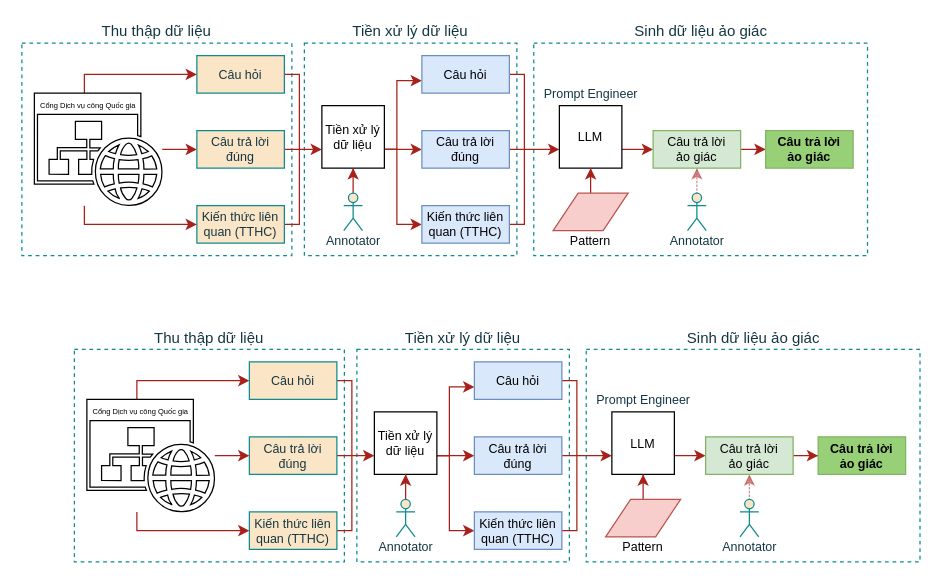
This is page "Slide-generate" (3 of 9) of E_Analyze/Process_reduce.drawio from fabyanbui/Public-Sector-Application, a draw.io file, before an edit. Source tidied: cells renumbered, new cells numbered last; positions are measured from the earlier drawing's top-left corner, leaving out a move shared by most shapes. Both pictures are drawn from the tidied source at 125%, with x=0, y=0 at pixel (21, 42).
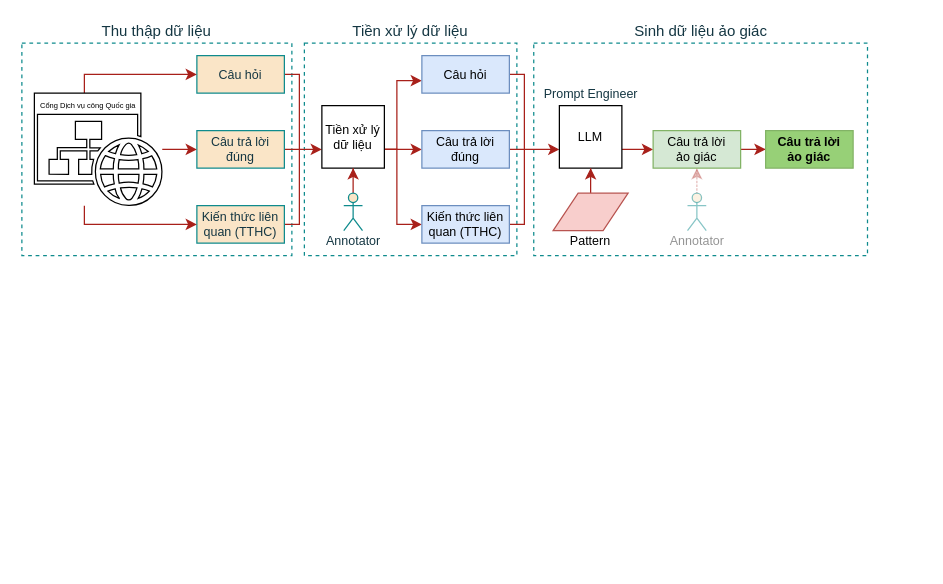
The same page after the edit.

The change refers to these unchanged cells:
```xml
<mxCell id="32" value="Câu trả lời&lt;div&gt;ảo giác&lt;/div&gt;" style="rounded=0;whiteSpace=wrap;html=1;strokeColor=#82b366;fillColor=#d5e8d4;fontSize=10;labelBackgroundColor=none;" parent="1" vertex="1">
  <mxGeometry x="505" y="70" width="70" height="30" as="geometry" />
</mxCell>
```

What changed in the source:
```diff
@@
-    <mxCell id="34" style="edgeStyle=orthogonalEdgeStyle;jettySize=auto;html=1;strokeColor=#A8201A;fontColor=#143642;fillColor=#FAE5C7;rounded=0;fontSize=10;endSize=6;dashed=1;dashPattern=1 2;fillOpacity=50;strokeOpacity=50;" parent="1" edge="1" source="35" target="32">
+    <mxCell id="34" style="edgeStyle=orthogonalEdgeStyle;jettySize=auto;html=1;strokeColor=#A8201A;fontColor=#143642;fillColor=#FAE5C7;rounded=0;fontSize=10;endSize=6;dashed=1;dashPattern=1 2;fillOpacity=100;strokeOpacity=100;opacity=30;" parent="1" edge="1" source="35" target="32">
       <mxGeometry relative="1" as="geometry" />
     </mxCell>
-    <mxCell id="35" value="Annotator" style="shape=umlActor;verticalLabelPosition=bottom;verticalAlign=top;html=1;outlineConnect=0;strokeColor=#0F8B8D;fontColor=#143642;fillColor=#FAE5C7;fontSize=10;spacingBottom=0;spacingTop=-4;rounded=0;" parent="1" vertex="1">
+    <mxCell id="35" value="&lt;font style=&quot;color: rgb(149, 149, 149);&quot;&gt;Annotator&lt;/font&gt;" style="shape=umlActor;verticalLabelPosition=bottom;verticalAlign=top;html=1;outlineConnect=0;strokeColor=#0F8B8D;fontColor=#143642;fillColor=#FAE5C7;fontSize=10;spacingBottom=0;spacingTop=-4;rounded=0;opacity=50;" parent="1" vertex="1">
       <mxGeometry x="532.5" y="120" width="15" height="30" as="geometry" />
     </mxCell>
@@
-    <mxCell id="37" value="&lt;font style=&quot;font-size: 12px;&quot;&gt;Thu thập dữ liệu&lt;/font&gt;" style="rounded=0;whiteSpace=wrap;html=1;strokeColor=#0F8B8D;fontColor=#143642;fillColor=#FAE5C7;fillOpacity=0;dashed=1;labelPosition=center;verticalLabelPosition=top;align=center;verticalAlign=bottom;fontSize=10;" parent="1" vertex="1">
-      <mxGeometry x="42" y="245" width="216" height="170" as="geometry" />
-    </mxCell>
-    <mxCell id="38" value="&lt;font style=&quot;font-size: 12px;&quot;&gt;Tiền xử lý dữ liệu&lt;/font&gt;" style="rounded=0;whiteSpace=wrap;html=1;strokeColor=#0F8B8D;fontColor=#143642;fillColor=#FAE5C7;fillOpacity=0;dashed=1;labelPosition=center;verticalLabelPosition=top;align=center;verticalAlign=bottom;fontSize=10;" parent="1" vertex="1">
-      <mxGeometry x="268" y="245" width="170" height="170" as="geometry" />
-    </mxCell>
-    <mxCell id="39" value="&lt;font style=&quot;font-size: 12px;&quot;&gt;Sinh dữ liệu ảo giác&lt;/font&gt;" style="rounded=0;whiteSpace=wrap;html=1;strokeColor=#0F8B8D;fontColor=#143642;fillColor=#FAE5C7;fillOpacity=0;dashed=1;labelPosition=center;verticalLabelPosition=top;align=center;verticalAlign=bottom;fontSize=10;" parent="1" vertex="1">
-      <mxGeometry x="451.5" y="245" width="267" height="170" as="geometry" />
-    </mxCell>
-    <mxCell id="40" style="edgeStyle=orthogonalEdgeStyle;rounded=0;jettySize=auto;html=1;strokeColor=#A8201A;fontColor=#143642;fillColor=#FAE5C7;endArrow=none;startFill=0;" parent="1" edge="1" source="41">
-      <mxGeometry relative="1" as="geometry">
-        <mxPoint x="264" y="330" as="targetPoint" />
-        <Array as="points">
-          <mxPoint x="264" y="270" />
-        </Array>
-      </mxGeometry>
-    </mxCell>
-    <mxCell id="41" value="&lt;font&gt;Câu hỏi&lt;/font&gt;" style="rounded=0;whiteSpace=wrap;html=1;strokeColor=#0F8B8D;fontColor=#143642;fillColor=#FAE5C7;fontSize=10;labelBackgroundColor=none;" parent="1" vertex="1">
-      <mxGeometry x="182" y="255" width="70" height="30" as="geometry" />
-    </mxCell>
-    <mxCell id="42" style="edgeStyle=orthogonalEdgeStyle;rounded=0;jettySize=auto;html=1;strokeColor=#A8201A;fontColor=#143642;fillColor=#FAE5C7;fontSize=10;" parent="1" edge="1" source="43" target="53">
-      <mxGeometry relative="1" as="geometry">
-        <Array as="points">
-          <mxPoint x="302" y="330" />
-          <mxPoint x="302" y="330" />
-        </Array>
-      </mxGeometry>
-    </mxCell>
-    <mxCell id="43" value="Câu trả lời&lt;div&gt;đúng&lt;/div&gt;" style="rounded=0;whiteSpace=wrap;html=1;strokeColor=#0F8B8D;fontColor=#143642;fillColor=#FAE5C7;fontSize=10;labelBackgroundColor=none;" parent="1" vertex="1">
-      <mxGeometry x="182" y="315" width="70" height="30" as="geometry" />
-    </mxCell>
-    <mxCell id="44" style="edgeStyle=orthogonalEdgeStyle;rounded=0;jettySize=auto;html=1;strokeColor=#A8201A;fontColor=#143642;fillColor=#FAE5C7;endArrow=none;startFill=0;" parent="1" edge="1" source="45">
-      <mxGeometry relative="1" as="geometry">
-        <mxPoint x="264" y="330" as="targetPoint" />
-        <Array as="points">
-          <mxPoint x="264" y="390" />
-        </Array>
-      </mxGeometry>
-    </mxCell>
-    <mxCell id="45" value="Kiến thức liên quan&amp;nbsp;&lt;span style=&quot;background-color: transparent; color: light-dark(rgb(20, 54, 66), rgb(173, 202, 213));&quot;&gt;(TTHC)&lt;/span&gt;" style="rounded=0;whiteSpace=wrap;html=1;strokeColor=#0F8B8D;fontColor=#143642;fillColor=#FAE5C7;fontSize=10;labelBackgroundColor=none;" parent="1" vertex="1">
-      <mxGeometry x="182" y="375" width="70" height="30" as="geometry" />
-    </mxCell>
-    <mxCell id="46" style="edgeStyle=orthogonalEdgeStyle;rounded=0;jettySize=auto;html=1;strokeColor=#A8201A;fontColor=#143642;fillColor=#FAE5C7;fontSize=10;" parent="1" edge="1" source="49" target="41">
-      <mxGeometry relative="1" as="geometry">
-        <Array as="points">
-          <mxPoint x="92" y="270" />
-        </Array>
-      </mxGeometry>
-    </mxCell>
-    <mxCell id="47" style="edgeStyle=orthogonalEdgeStyle;rounded=0;jettySize=auto;html=1;strokeColor=#A8201A;fontColor=#143642;fillColor=#FAE5C7;fontSize=10;" parent="1" edge="1" source="49" target="43">
-      <mxGeometry relative="1" as="geometry" />
-    </mxCell>
-    <mxCell id="48" style="edgeStyle=orthogonalEdgeStyle;rounded=0;jettySize=auto;html=1;strokeColor=#A8201A;fontColor=#143642;fillColor=#FAE5C7;fontSize=10;" parent="1" edge="1" source="49" target="45">
-      <mxGeometry relative="1" as="geometry">
-        <Array as="points">
-          <mxPoint x="92" y="390" />
-        </Array>
-      </mxGeometry>
-    </mxCell>
-    <mxCell id="49" value="&lt;font style=&quot;font-size: 6px;&quot;&gt;Cổng Dịch vụ công Quốc gia&lt;/font&gt;" style="sketch=0;shadow=0;dashed=0;html=1;labelPosition=center;verticalLabelPosition=middle;verticalAlign=top;align=left;shape=mxgraph.mscae.enterprise.website_generic;labelBackgroundColor=none;fontSize=10;spacingBottom=0;spacingTop=-4;rounded=0;spacingLeft=3;" parent="1" vertex="1">
-      <mxGeometry x="52" y="285" width="102.3" height="90" as="geometry" />
-    </mxCell>
-    <mxCell id="50" style="edgeStyle=orthogonalEdgeStyle;rounded=0;jettySize=auto;html=1;strokeColor=#A8201A;fontColor=#143642;fillColor=#FAE5C7;entryX=0;entryY=0.5;entryDx=0;entryDy=0;fontSize=10;" parent="1" edge="1" source="53" target="59">
-      <mxGeometry relative="1" as="geometry">
-        <Array as="points">
-          <mxPoint x="352" y="330" />
-          <mxPoint x="352" y="330" />
-        </Array>
-      </mxGeometry>
-    </mxCell>
-    <mxCell id="51" style="edgeStyle=orthogonalEdgeStyle;rounded=0;jettySize=auto;html=1;strokeColor=#A8201A;fontColor=#143642;fillColor=#FAE5C7;entryX=0;entryY=0.5;entryDx=0;entryDy=0;fontSize=10;" parent="1" edge="1" target="61">
-      <mxGeometry relative="1" as="geometry">
-        <mxPoint x="332" y="330" as="sourcePoint" />
-        <Array as="points">
-          <mxPoint x="342" y="330" />
-          <mxPoint x="342" y="390" />
-        </Array>
-      </mxGeometry>
-    </mxCell>
-    <mxCell id="52" style="edgeStyle=orthogonalEdgeStyle;rounded=0;jettySize=auto;html=1;strokeColor=#A8201A;fontColor=#143642;fillColor=#FAE5C7;entryX=0;entryY=0.667;entryDx=0;entryDy=0;entryPerimeter=0;fontSize=10;" parent="1" edge="1" target="57">
-      <mxGeometry relative="1" as="geometry">
-        <mxPoint x="332" y="330" as="sourcePoint" />
-        <Array as="points">
-          <mxPoint x="342" y="330" />
-          <mxPoint x="342" y="275" />
-        </Array>
-      </mxGeometry>
-    </mxCell>
-    <mxCell id="53" value="Tiền xử lý&lt;div&gt;dữ liệu&lt;/div&gt;" style="whiteSpace=wrap;html=1;fontSize=10;rounded=0;" parent="1" vertex="1">
-      <mxGeometry x="282" y="295" width="50" height="50" as="geometry" />
-    </mxCell>
-    <mxCell id="54" style="edgeStyle=orthogonalEdgeStyle;rounded=0;jettySize=auto;html=1;strokeColor=#A8201A;fontColor=#143642;fillColor=#FAE5C7;fontSize=10;endSize=6;" parent="1" edge="1" source="55" target="53">
-      <mxGeometry relative="1" as="geometry" />
-    </mxCell>
-    <mxCell id="55" value="Annotator" style="shape=umlActor;verticalLabelPosition=bottom;verticalAlign=top;html=1;outlineConnect=0;strokeColor=#0F8B8D;fontColor=#143642;fillColor=#FAE5C7;fontSize=10;spacingBottom=0;spacingTop=-4;rounded=0;" parent="1" vertex="1">
-      <mxGeometry x="299.5" y="365" width="15" height="30" as="geometry" />
-    </mxCell>
-    <mxCell id="56" style="edgeStyle=orthogonalEdgeStyle;rounded=0;jettySize=auto;html=1;strokeColor=#A8201A;fontColor=#143642;fillColor=#FAE5C7;endArrow=none;startFill=0;" parent="1" edge="1" source="57">
-      <mxGeometry relative="1" as="geometry">
-        <mxPoint x="444" y="330" as="targetPoint" />
-        <Array as="points">
-          <mxPoint x="444" y="270" />
-          <mxPoint x="444" y="330" />
-        </Array>
-      </mxGeometry>
-    </mxCell>
-    <mxCell id="57" value="&lt;font&gt;Câu hỏi&lt;/font&gt;" style="rounded=0;whiteSpace=wrap;html=1;strokeColor=#6c8ebf;fillColor=#dae8fc;fontSize=10;labelBackgroundColor=none;" parent="1" vertex="1">
-      <mxGeometry x="362" y="255" width="70" height="30" as="geometry" />
-    </mxCell>
-    <mxCell id="58" style="edgeStyle=orthogonalEdgeStyle;rounded=0;jettySize=auto;html=1;strokeColor=#A8201A;fontColor=#143642;fillColor=#FAE5C7;" parent="1" edge="1" source="59" target="63">
-      <mxGeometry relative="1" as="geometry">
-        <Array as="points">
-          <mxPoint x="464" y="330" />
-          <mxPoint x="464" y="330" />
-        </Array>
-      </mxGeometry>
-    </mxCell>
-    <mxCell id="59" value="Câu trả lời&lt;div&gt;đúng&lt;/div&gt;" style="rounded=0;whiteSpace=wrap;html=1;strokeColor=#6c8ebf;fillColor=#dae8fc;fontSize=10;labelBackgroundColor=none;" parent="1" vertex="1">
-      <mxGeometry x="362" y="315" width="70" height="30" as="geometry" />
-    </mxCell>
-    <mxCell id="60" style="edgeStyle=orthogonalEdgeStyle;rounded=0;jettySize=auto;html=1;strokeColor=#A8201A;fontColor=#143642;fillColor=#FAE5C7;endArrow=none;startFill=0;" parent="1" edge="1" source="61">
-      <mxGeometry relative="1" as="geometry">
-        <mxPoint x="444" y="329.8" as="targetPoint" />
-        <Array as="points">
-          <mxPoint x="444" y="390" />
-        </Array>
-      </mxGeometry>
-    </mxCell>
-    <mxCell id="61" value="Kiến thức liên quan&amp;nbsp;&lt;span style=&quot;background-color: transparent; color: light-dark(rgb(0, 0, 0), rgb(255, 255, 255));&quot;&gt;(TTHC)&lt;/span&gt;" style="rounded=0;whiteSpace=wrap;html=1;strokeColor=#6c8ebf;fillColor=#dae8fc;fontSize=10;labelBackgroundColor=none;" parent="1" vertex="1">
-      <mxGeometry x="362" y="375" width="70" height="30" as="geometry" />
-    </mxCell>
-    <mxCell id="62" style="edgeStyle=orthogonalEdgeStyle;jettySize=auto;html=1;strokeColor=#A8201A;fontColor=#143642;fillColor=#FAE5C7;rounded=0;curved=0;fontSize=10;" parent="1" edge="1" source="63" target="67">
-      <mxGeometry relative="1" as="geometry">
-        <Array as="points">
-          <mxPoint x="534" y="330" />
-          <mxPoint x="534" y="330" />
-        </Array>
-      </mxGeometry>
-    </mxCell>
-    <mxCell id="63" value="LLM" style="whiteSpace=wrap;html=1;fontSize=10;rounded=0;" parent="1" vertex="1">
-      <mxGeometry x="472" y="295" width="50" height="50" as="geometry" />
-    </mxCell>
-    <mxCell id="64" style="edgeStyle=orthogonalEdgeStyle;rounded=0;jettySize=auto;html=1;strokeColor=#A8201A;fontColor=#143642;fillColor=#FAE5C7;fontSize=10;" parent="1" edge="1" source="65" target="63">
-      <mxGeometry relative="1" as="geometry" />
-    </mxCell>
-    <mxCell id="65" value="Pattern" style="shape=parallelogram;perimeter=parallelogramPerimeter;whiteSpace=wrap;html=1;fixedSize=1;rounded=0;strokeColor=#b85450;fillColor=#f8cecc;fontSize=10;labelPosition=center;verticalLabelPosition=bottom;align=center;verticalAlign=top;spacingTop=-4;" parent="1" vertex="1">
-      <mxGeometry x="467" y="365" width="60" height="30" as="geometry" />
-    </mxCell>
-    <mxCell id="66" style="edgeStyle=orthogonalEdgeStyle;jettySize=auto;html=1;strokeColor=#A8201A;fontColor=#143642;fillColor=#FAE5C7;rounded=0;fontSize=10;" parent="1" edge="1" source="67" target="68">
-      <mxGeometry relative="1" as="geometry" />
-    </mxCell>
-    <mxCell id="67" value="Câu trả lời&lt;div&gt;ảo giác&lt;/div&gt;" style="rounded=0;whiteSpace=wrap;html=1;strokeColor=#82b366;fillColor=#d5e8d4;fontSize=10;labelBackgroundColor=none;" parent="1" vertex="1">
-      <mxGeometry x="547" y="315" width="70" height="30" as="geometry" />
-    </mxCell>
-    <mxCell id="68" value="Câu trả lời&lt;div&gt;ảo giác&lt;/div&gt;" style="rounded=0;whiteSpace=wrap;html=1;strokeColor=#82b366;fillColor=#97D077;fontSize=10;labelBackgroundColor=none;fontStyle=1;" parent="1" vertex="1">
-      <mxGeometry x="637" y="315" width="70" height="30" as="geometry" />
-    </mxCell>
-    <mxCell id="69" style="edgeStyle=orthogonalEdgeStyle;jettySize=auto;html=1;strokeColor=#A8201A;fontColor=#143642;fillColor=#FAE5C7;rounded=0;fontSize=10;endSize=6;dashed=1;dashPattern=1 2;fillOpacity=50;strokeOpacity=50;" parent="1" edge="1" source="70" target="67">
-      <mxGeometry relative="1" as="geometry" />
-    </mxCell>
-    <mxCell id="70" value="Annotator" style="shape=umlActor;verticalLabelPosition=bottom;verticalAlign=top;html=1;outlineConnect=0;strokeColor=#0F8B8D;fontColor=#143642;fillColor=#FAE5C7;fontSize=10;spacingBottom=0;spacingTop=-4;rounded=0;" parent="1" vertex="1">
-      <mxGeometry x="574.5" y="365" width="15" height="30" as="geometry" />
-    </mxCell>
-    <mxCell id="71" value="Prompt Engineer" style="text;html=1;align=center;verticalAlign=middle;strokeColor=none;fillColor=none;fontColor=#143642;fontSize=10;" parent="1" vertex="1">
-      <mxGeometry x="447" y="270" width="100" height="30" as="geometry" />
-    </mxCell>
```
